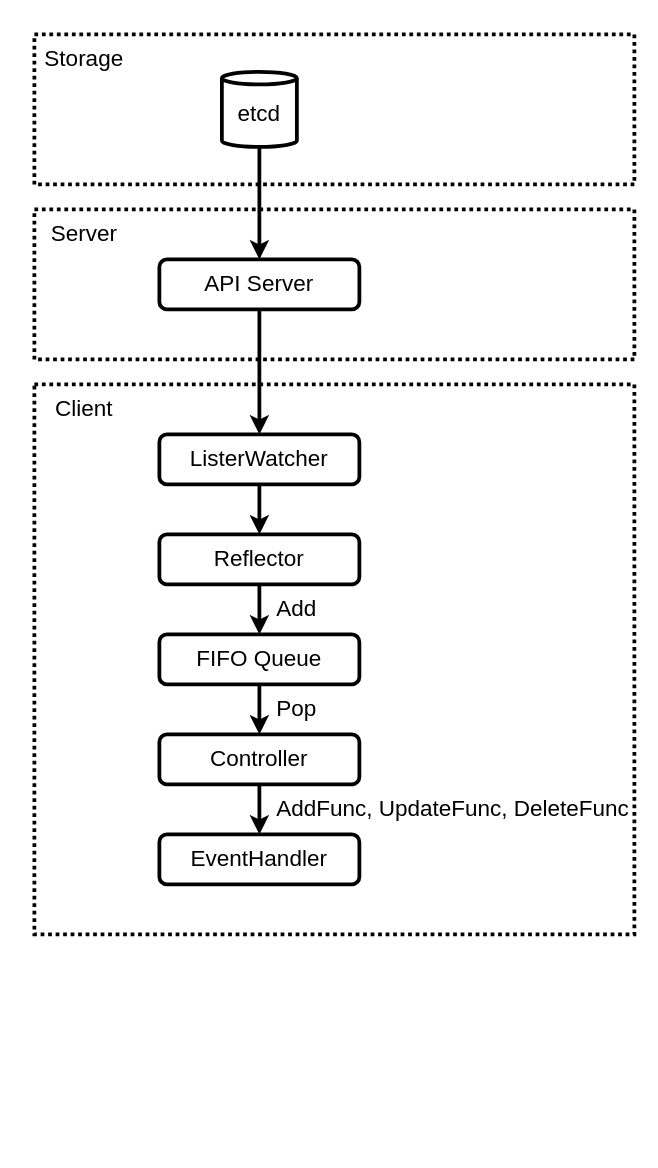
Above: archive/dive-into-kubernetes-informer/informer.drawio in junchaw/articles (draw.io), before the change. Source tidied: cells renumbered, new cells numbered last; positions are measured from the earlier drawing's top-left corner, leaving out a move shared by most shapes. Both pictures are drawn from the tidied source at 125%, with x=0, y=0 at pixel (34, 34).
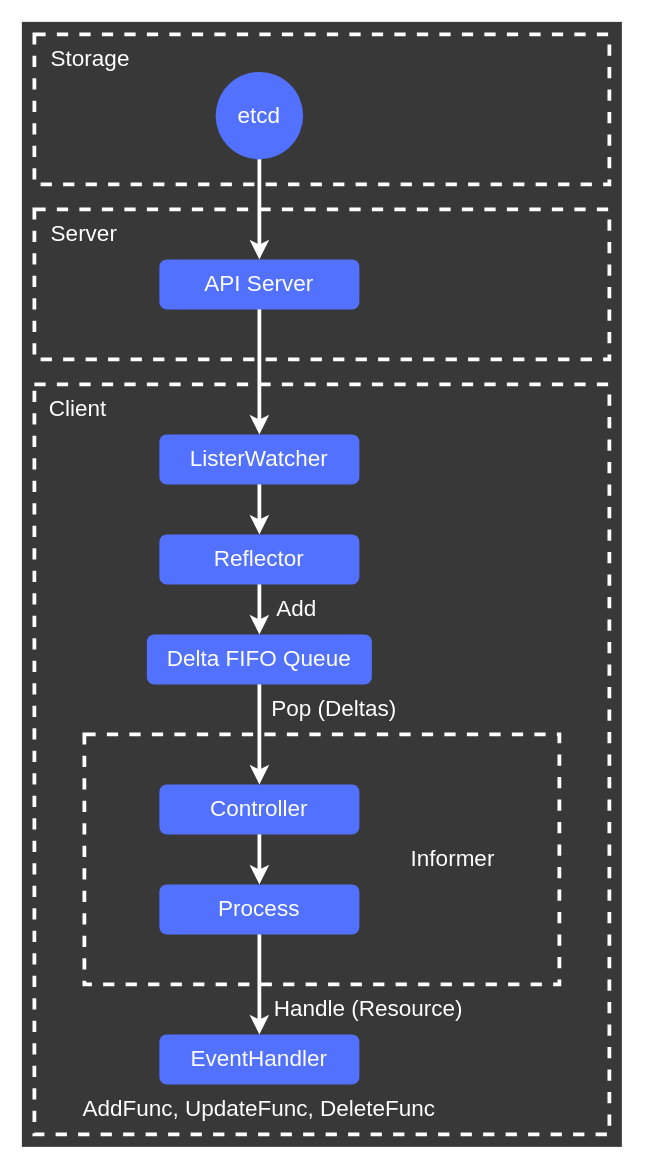
After the change.

What changed in the source:
```diff
@@
+    <mxCell id="24" style="rounded=0;whiteSpace=wrap;html=1;strokeColor=none;fillColor=#383838;" parent="1" vertex="1">
+      <mxGeometry x="-10" y="-10" width="480" height="900" as="geometry" />
+    </mxCell>
-    <mxCell id="2" style="rounded=0;whiteSpace=wrap;html=1;fontSize=18;strokeWidth=3;fillColor=none;dashed=1;dashPattern=1 1;" parent="1" vertex="1">
-      <mxGeometry y="280" width="480" height="440" as="geometry" />
+    <mxCell id="2" style="rounded=0;whiteSpace=wrap;html=1;fontSize=18;strokeWidth=3;fillColor=none;dashed=1;strokeColor=#FFFFFF;" parent="1" vertex="1">
+      <mxGeometry y="280" width="460" height="600" as="geometry" />
     </mxCell>
+    <mxCell id="25" style="rounded=0;whiteSpace=wrap;html=1;fontSize=18;strokeWidth=3;fillColor=none;dashed=1;strokeColor=#FFFFFF;" parent="1" vertex="1">
+      <mxGeometry x="40" y="560" width="380" height="200" as="geometry" />
+    </mxCell>
-    <mxCell id="3" style="rounded=0;whiteSpace=wrap;html=1;fontSize=18;strokeWidth=3;fillColor=none;dashed=1;dashPattern=1 1;" parent="1" vertex="1">
-      <mxGeometry width="480" height="120" as="geometry" />
+    <mxCell id="3" style="rounded=0;whiteSpace=wrap;html=1;fontSize=18;strokeWidth=3;fillColor=none;dashed=1;strokeColor=#FFFFFF;" parent="1" vertex="1">
+      <mxGeometry width="460" height="120" as="geometry" />
     </mxCell>
-    <mxCell id="4" style="rounded=0;whiteSpace=wrap;html=1;fontSize=18;strokeWidth=3;fillColor=none;dashed=1;dashPattern=1 1;" parent="1" vertex="1">
-      <mxGeometry y="140" width="480" height="120" as="geometry" />
+    <mxCell id="4" style="rounded=0;whiteSpace=wrap;html=1;fontSize=18;strokeWidth=3;fillColor=none;dashed=1;strokeColor=#FFFFFF;" parent="1" vertex="1">
+      <mxGeometry y="140" width="460" height="120" as="geometry" />
     </mxCell>
-    <mxCell id="5" value="etcd" style="shape=cylinder3;whiteSpace=wrap;html=1;boundedLbl=1;backgroundOutline=1;size=5;strokeWidth=3;fontSize=18;shadow=0;" parent="1" vertex="1">
-      <mxGeometry x="150" y="30" width="60" height="60" as="geometry" />
-    </mxCell>
-    <mxCell id="6" value="API Server" style="rounded=1;whiteSpace=wrap;html=1;fontSize=18;strokeWidth=3;" parent="1" vertex="1">
+    <mxCell id="6" value="API Server" style="rounded=1;whiteSpace=wrap;html=1;fontSize=18;strokeColor=none;fillColor=#5271FF;fontColor=#FFFFFF;" parent="1" vertex="1">
       <mxGeometry x="100" y="180" width="160" height="40" as="geometry" />
     </mxCell>
-    <mxCell id="7" value="ListerWatcher" style="rounded=1;whiteSpace=wrap;html=1;fontSize=18;strokeWidth=3;" parent="1" vertex="1">
+    <mxCell id="7" value="ListerWatcher" style="rounded=1;whiteSpace=wrap;html=1;fontSize=18;strokeColor=none;fillColor=#5271FF;fontColor=#FFFFFF;" parent="1" vertex="1">
       <mxGeometry x="100" y="320" width="160" height="40" as="geometry" />
     </mxCell>
-    <mxCell id="8" value="Client" style="text;html=1;strokeColor=none;fillColor=none;align=center;verticalAlign=middle;whiteSpace=wrap;rounded=0;fontSize=18;" parent="1" vertex="1">
-      <mxGeometry x="20" y="290" width="40" height="20" as="geometry" />
+    <mxCell id="8" value="Client" style="text;html=1;strokeColor=none;fillColor=none;align=center;verticalAlign=middle;whiteSpace=wrap;rounded=0;fontSize=18;fontColor=#FFFFFF;" parent="1" vertex="1">
+      <mxGeometry x="10" y="290" width="50" height="20" as="geometry" />
     </mxCell>
-    <mxCell id="9" value="Server" style="text;html=1;strokeColor=none;fillColor=none;align=center;verticalAlign=middle;whiteSpace=wrap;rounded=0;fontSize=18;" parent="1" vertex="1">
-      <mxGeometry x="20" y="150" width="40" height="20" as="geometry" />
+    <mxCell id="9" value="Server" style="text;html=1;strokeColor=none;fillColor=none;align=center;verticalAlign=middle;whiteSpace=wrap;rounded=0;fontSize=18;fontColor=#FFFFFF;" parent="1" vertex="1">
+      <mxGeometry x="10" y="150" width="60" height="20" as="geometry" />
     </mxCell>
-    <mxCell id="10" value="Storage" style="text;html=1;strokeColor=none;fillColor=none;align=center;verticalAlign=middle;whiteSpace=wrap;rounded=0;fontSize=18;" parent="1" vertex="1">
-      <mxGeometry x="20" y="10" width="40" height="20" as="geometry" />
+    <mxCell id="10" value="Storage" style="text;html=1;strokeColor=none;fillColor=none;align=center;verticalAlign=middle;whiteSpace=wrap;rounded=0;fontSize=18;fontColor=#FFFFFF;" parent="1" vertex="1">
+      <mxGeometry x="10" y="10" width="70" height="20" as="geometry" />
     </mxCell>
-    <mxCell id="11" value="Reflector" style="rounded=1;whiteSpace=wrap;html=1;fontSize=18;strokeWidth=3;" parent="1" vertex="1">
+    <mxCell id="11" value="Reflector" style="rounded=1;whiteSpace=wrap;html=1;fontSize=18;strokeColor=none;fillColor=#5271FF;fontColor=#FFFFFF;" parent="1" vertex="1">
       <mxGeometry x="100" y="400" width="160" height="40" as="geometry" />
     </mxCell>
-    <mxCell id="12" value="FIFO Queue" style="rounded=1;whiteSpace=wrap;html=1;fontSize=18;strokeWidth=3;" parent="1" vertex="1">
-      <mxGeometry x="100" y="480" width="160" height="40" as="geometry" />
+    <mxCell id="12" value="Delta FIFO Queue" style="rounded=1;whiteSpace=wrap;html=1;fontSize=18;strokeColor=none;fillColor=#5271FF;fontColor=#FFFFFF;" parent="1" vertex="1">
+      <mxGeometry x="90" y="480" width="180" height="40" as="geometry" />
     </mxCell>
-    <mxCell id="13" value="Controller" style="rounded=1;whiteSpace=wrap;html=1;fontSize=18;strokeWidth=3;" parent="1" vertex="1">
-      <mxGeometry x="100" y="560" width="160" height="40" as="geometry" />
+    <mxCell id="13" value="Controller" style="rounded=1;whiteSpace=wrap;html=1;fontSize=18;strokeColor=none;fillColor=#5271FF;fontColor=#FFFFFF;" parent="1" vertex="1">
+      <mxGeometry x="100" y="600" width="160" height="40" as="geometry" />
     </mxCell>
-    <mxCell id="14" style="endArrow=classic;html=1;fontSize=18;fontColor=#000000;exitX=0.5;exitY=1;exitDx=0;exitDy=0;exitPerimeter=0;entryX=0.5;entryY=0;entryDx=0;entryDy=0;strokeWidth=3;" parent="1" edge="1" source="5" target="6">
-      <mxGeometry relative="1" as="geometry" />
+    <mxCell id="14" style="endArrow=classic;html=1;fontSize=18;fontColor=#000000;exitX=0.5;exitY=1;exitDx=0;exitDy=0;exitPerimeter=0;entryX=0.5;entryY=0;entryDx=0;entryDy=0;strokeWidth=3;strokeColor=#FFFFFF;" parent="1" edge="1" target="6">
+      <mxGeometry relative="1" as="geometry">
+        <mxPoint x="180" y="90" as="sourcePoint" />
+      </mxGeometry>
     </mxCell>
-    <mxCell id="15" style="endArrow=classic;html=1;fontSize=18;fontColor=#000000;exitX=0.5;exitY=1;exitDx=0;exitDy=0;strokeWidth=3;entryX=0.5;entryY=0;entryDx=0;entryDy=0;" parent="1" edge="1" source="6" target="7">
+    <mxCell id="15" style="endArrow=classic;html=1;fontSize=18;fontColor=#000000;exitX=0.5;exitY=1;exitDx=0;exitDy=0;strokeWidth=3;entryX=0.5;entryY=0;entryDx=0;entryDy=0;strokeColor=#FFFFFF;" parent="1" edge="1" source="6" target="7">
       <mxGeometry relative="1" as="geometry" />
     </mxCell>
-    <mxCell id="16" style="endArrow=classic;html=1;fontSize=18;fontColor=#000000;exitX=0.5;exitY=1;exitDx=0;exitDy=0;strokeWidth=3;entryX=0.5;entryY=0;entryDx=0;entryDy=0;" parent="1" edge="1" source="7" target="11">
+    <mxCell id="16" style="endArrow=classic;html=1;fontSize=18;fontColor=#000000;exitX=0.5;exitY=1;exitDx=0;exitDy=0;strokeWidth=3;entryX=0.5;entryY=0;entryDx=0;entryDy=0;strokeColor=#FFFFFF;" parent="1" edge="1" source="7" target="11">
       <mxGeometry relative="1" as="geometry" />
     </mxCell>
-    <mxCell id="17" style="endArrow=classic;html=1;fontSize=18;fontColor=#000000;exitX=0.5;exitY=1;exitDx=0;exitDy=0;strokeWidth=3;entryX=0.5;entryY=0;entryDx=0;entryDy=0;" parent="1" edge="1" source="11" target="12">
+    <mxCell id="17" style="endArrow=classic;html=1;fontSize=18;fontColor=#000000;exitX=0.5;exitY=1;exitDx=0;exitDy=0;strokeWidth=3;entryX=0.5;entryY=0;entryDx=0;entryDy=0;strokeColor=#FFFFFF;" parent="1" edge="1" source="11" target="12">
       <mxGeometry relative="1" as="geometry" />
     </mxCell>
-    <mxCell id="18" style="endArrow=classic;html=1;fontSize=18;fontColor=#000000;exitX=0.5;exitY=1;exitDx=0;exitDy=0;strokeWidth=3;entryX=0.5;entryY=0;entryDx=0;entryDy=0;" parent="1" edge="1" source="12" target="13">
+    <mxCell id="18" style="endArrow=classic;html=1;fontSize=18;fontColor=#000000;exitX=0.5;exitY=1;exitDx=0;exitDy=0;strokeWidth=3;entryX=0.5;entryY=0;entryDx=0;entryDy=0;fillColor=#f5f5f5;strokeColor=#FFFFFF;" parent="1" edge="1" source="12" target="13">
       <mxGeometry relative="1" as="geometry" />
     </mxCell>
-    <mxCell id="19" value="Add" style="text;html=1;strokeColor=none;fillColor=none;align=center;verticalAlign=middle;whiteSpace=wrap;rounded=0;shadow=0;dashed=1;dashPattern=1 1;fontSize=18;fontColor=#000000;" parent="1" vertex="1">
+    <mxCell id="19" value="Add" style="text;html=1;strokeColor=none;fillColor=none;align=center;verticalAlign=middle;whiteSpace=wrap;rounded=0;shadow=0;dashed=1;dashPattern=1 1;fontSize=18;fontColor=#FFFFFF;" parent="1" vertex="1">
       <mxGeometry x="190" y="450" width="40" height="20" as="geometry" />
     </mxCell>
-    <mxCell id="20" value="Pop" style="text;html=1;strokeColor=none;fillColor=none;align=center;verticalAlign=middle;whiteSpace=wrap;rounded=0;shadow=0;dashed=1;dashPattern=1 1;fontSize=18;fontColor=#000000;" parent="1" vertex="1">
-      <mxGeometry x="190" y="530" width="40" height="20" as="geometry" />
+    <mxCell id="20" value="Pop (Deltas)" style="text;html=1;strokeColor=none;fillColor=none;align=center;verticalAlign=middle;whiteSpace=wrap;rounded=0;shadow=0;dashed=1;dashPattern=1 1;fontSize=18;fontColor=#FFFFFF;" parent="1" vertex="1">
+      <mxGeometry x="185" y="530" width="110" height="20" as="geometry" />
     </mxCell>
-    <mxCell id="21" value="EventHandler" style="rounded=1;whiteSpace=wrap;html=1;fontSize=18;strokeWidth=3;" parent="1" vertex="1">
-      <mxGeometry x="100" y="640" width="160" height="40" as="geometry" />
+    <mxCell id="21" value="Process" style="rounded=1;whiteSpace=wrap;html=1;fontSize=18;strokeColor=none;fillColor=#5271FF;fontColor=#FFFFFF;" parent="1" vertex="1">
+      <mxGeometry x="100" y="680" width="160" height="40" as="geometry" />
     </mxCell>
-    <mxCell id="22" style="endArrow=classic;html=1;fontSize=18;fontColor=#000000;exitX=0.5;exitY=1;exitDx=0;exitDy=0;strokeWidth=3;entryX=0.5;entryY=0;entryDx=0;entryDy=0;" parent="1" edge="1" source="13" target="21">
+    <mxCell id="22" style="endArrow=classic;html=1;fontSize=18;fontColor=#000000;exitX=0.5;exitY=1;exitDx=0;exitDy=0;strokeWidth=3;entryX=0.5;entryY=0;entryDx=0;entryDy=0;strokeColor=#FFFFFF;" parent="1" edge="1" source="13" target="21">
       <mxGeometry relative="1" as="geometry" />
     </mxCell>
-    <mxCell id="23" value="AddFunc, UpdateFunc, DeleteFunc" style="text;html=1;strokeColor=none;fillColor=none;align=center;verticalAlign=middle;whiteSpace=wrap;rounded=0;shadow=0;dashed=1;dashPattern=1 1;fontSize=18;fontColor=#000000;" parent="1" vertex="1">
-      <mxGeometry x="190" y="610" width="290" height="20" as="geometry" />
+    <mxCell id="23" value="AddFunc, UpdateFunc, DeleteFunc" style="text;html=1;strokeColor=none;fillColor=none;align=center;verticalAlign=middle;whiteSpace=wrap;rounded=0;shadow=0;dashed=1;dashPattern=1 1;fontSize=18;fontColor=#FFFFFF;" parent="1" vertex="1">
+      <mxGeometry x="35" y="850" width="290" height="20" as="geometry" />
     </mxCell>
+    <mxCell id="5" value="&lt;font style=&quot;font-size: 18px;&quot;&gt;etcd&lt;/font&gt;" style="ellipse;whiteSpace=wrap;html=1;fontColor=#FFFFFF;fillColor=#5271ff;fontSize=18;strokeColor=none;" parent="1" vertex="1">
+      <mxGeometry x="145" y="30" width="70" height="70" as="geometry" />
+    </mxCell>
+    <mxCell id="26" value="EventHandler" style="rounded=1;whiteSpace=wrap;html=1;fontSize=18;strokeColor=none;fillColor=#5271FF;fontColor=#FFFFFF;" parent="1" vertex="1">
+      <mxGeometry x="100" y="800" width="160" height="40" as="geometry" />
+    </mxCell>
+    <mxCell id="27" value="Informer" style="text;html=1;strokeColor=none;fillColor=none;align=center;verticalAlign=middle;whiteSpace=wrap;rounded=0;fontSize=18;fontColor=#FFFFFF;" parent="1" vertex="1">
+      <mxGeometry x="295" y="650" width="80" height="20" as="geometry" />
+    </mxCell>
+    <mxCell id="28" style="endArrow=classic;html=1;fontSize=18;fontColor=#000000;exitX=0.5;exitY=1;exitDx=0;exitDy=0;strokeWidth=3;fillColor=#f5f5f5;strokeColor=#FFFFFF;" parent="1" edge="1" source="21" target="26">
+      <mxGeometry relative="1" as="geometry" />
+    </mxCell>
+    <mxCell id="29" value="Handle (Resource)" style="text;html=1;strokeColor=none;fillColor=none;align=center;verticalAlign=middle;whiteSpace=wrap;rounded=0;shadow=0;dashed=1;dashPattern=1 1;fontSize=18;fontColor=#FFFFFF;" parent="1" vertex="1">
+      <mxGeometry x="185" y="770" width="165" height="20" as="geometry" />
+    </mxCell>
```
